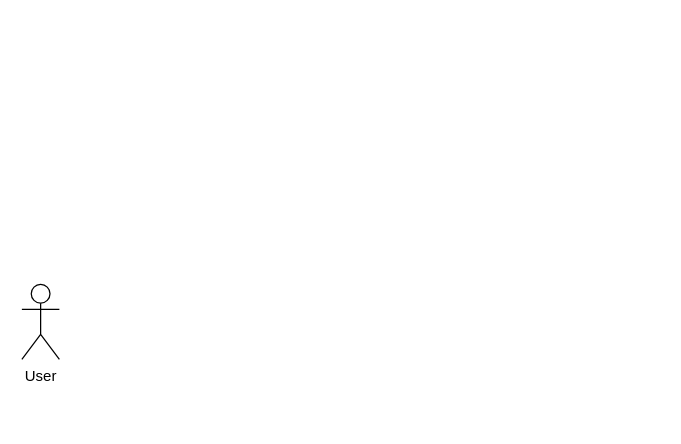
Before: Building_Block_lcms_top.drawio in MarkTkachov/lcms_diagrams, a draw.io diagram. Source tidied: cells renumbered, new cells numbered last; positions are measured from the earlier drawing's top-left corner, leaving out a move shared by most shapes. Both pictures are drawn from the tidied source at 125%, with x=0, y=0 at pixel (21, 284).
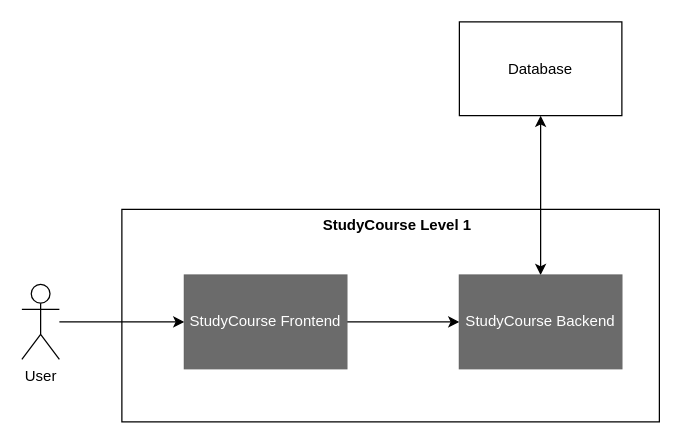
The same page after the edit.

What changed in the source:
```diff
@@
 <mxGraphModel>
   <root>
     <mxCell id="0" />
     <mxCell id="1" parent="0" />
+    <mxCell id="3" style="html=1;whiteSpace=wrap;" parent="1" vertex="1">
+      <mxGeometry x="80" y="-60" width="430" height="170" as="geometry" />
+    </mxCell>
+    <mxCell id="4" style="edgeStyle=orthogonalEdgeStyle;rounded=0;jettySize=auto;html=1;" parent="1" edge="1" source="2" target="6">
+      <mxGeometry relative="1" as="geometry" />
+    </mxCell>
     <mxCell id="2" value="&lt;div&gt;User&lt;/div&gt;" style="shape=umlActor;verticalLabelPosition=bottom;verticalAlign=top;html=1;" parent="1" vertex="1">
       <mxGeometry width="30" height="60" as="geometry" />
     </mxCell>
+    <mxCell id="5" style="edgeStyle=orthogonalEdgeStyle;rounded=0;jettySize=auto;html=1;" parent="1" edge="1" source="6" target="8">
+      <mxGeometry relative="1" as="geometry" />
+    </mxCell>
+    <mxCell id="6" value="StudyCourse Frontend" style="html=1;whiteSpace=wrap;fillColor=#6B6B6B;fontColor=#FFFFFF;strokeColor=#666666;fillStyle=solid;" parent="1" vertex="1">
+      <mxGeometry x="130" y="-7.5" width="130" height="75" as="geometry" />
+    </mxCell>
+    <mxCell id="7" style="edgeStyle=orthogonalEdgeStyle;rounded=0;jettySize=auto;html=1;startArrow=classic;startFill=1;" parent="1" edge="1" source="8" target="9">
+      <mxGeometry relative="1" as="geometry" />
+    </mxCell>
+    <mxCell id="8" value="StudyCourse Backend" style="html=1;whiteSpace=wrap;fillColor=#6B6B6B;fontColor=#FFFFFF;strokeColor=#666666;fillStyle=solid;" parent="1" vertex="1">
+      <mxGeometry x="350" y="-7.5" width="130" height="75" as="geometry" />
+    </mxCell>
+    <mxCell id="9" value="Database" style="html=1;whiteSpace=wrap;" parent="1" vertex="1">
+      <mxGeometry x="350" y="-210" width="130" height="75" as="geometry" />
+    </mxCell>
+    <mxCell id="10" value="StudyCourse Level 1" style="text;align=center;fontStyle=1;verticalAlign=middle;spacingLeft=3;spacingRight=3;strokeColor=none;html=1;" parent="1" vertex="1">
+      <mxGeometry x="260" y="-60" width="80" height="26" as="geometry" />
+    </mxCell>
   </root>
 </mxGraphModel>
```
